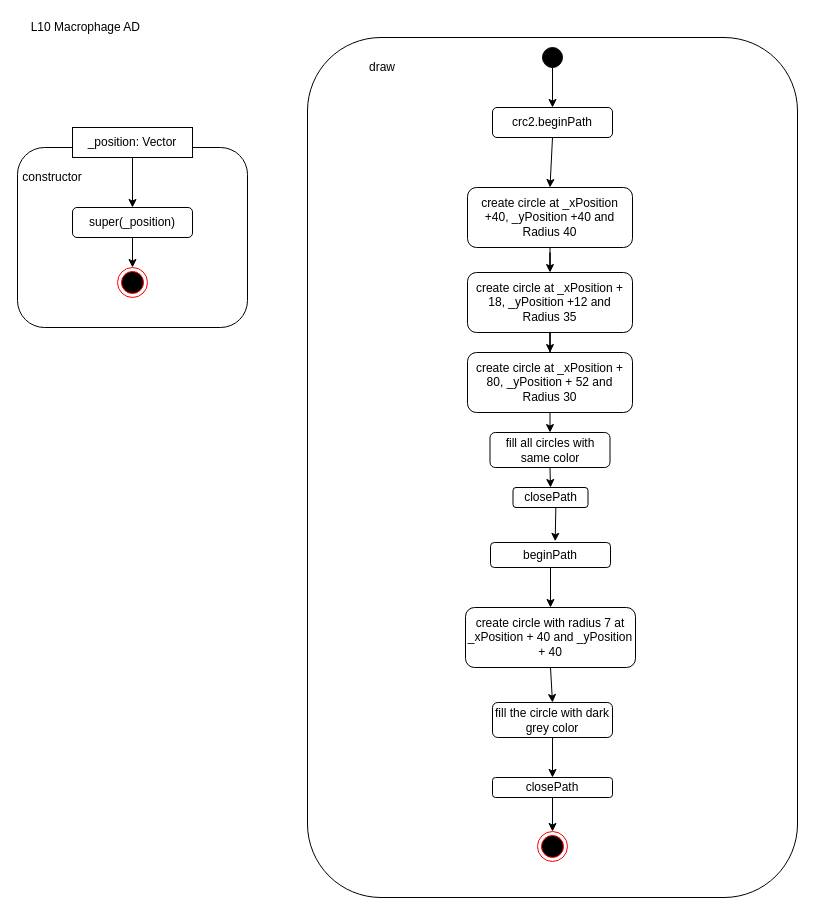
Earlier version of the draw.io diagram page "Macrophage_AD" (3 of 7) of L10_Inheritance/Konzeption/L10_AD_Classes.drawio (KohlerAl/EIA2). Source tidied: cells renumbered, new cells numbered last; positions are measured from the earlier drawing's top-left corner, leaving out a move shared by most shapes. Both pictures are drawn from the tidied source at 100%, with x=0, y=0 at pixel (17, 17).
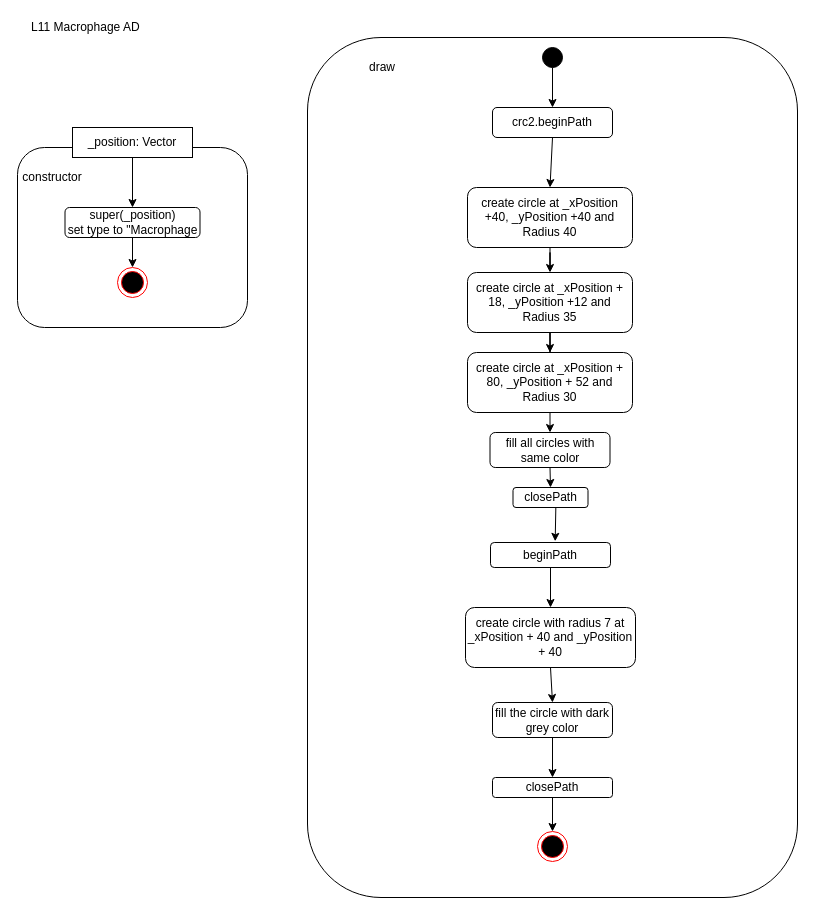
After the change.

Change to the diagram source:
```diff
@@
-    <mxCell id="2" value="L10 Macrophage AD&amp;nbsp;" style="text;html=1;strokeColor=none;fillColor=none;align=center;verticalAlign=middle;whiteSpace=wrap;rounded=0;" parent="1" vertex="1">
+    <mxCell id="2" value="L11 Macrophage AD&amp;nbsp;" style="text;html=1;strokeColor=none;fillColor=none;align=center;verticalAlign=middle;whiteSpace=wrap;rounded=0;" parent="1" vertex="1">
       <mxGeometry x="10" width="120" height="20" as="geometry" />
     </mxCell>
@@
-    <mxCell id="28" value="super(_position)" style="rounded=1;whiteSpace=wrap;html=1;" parent="1" vertex="1">
-      <mxGeometry x="55" y="190" width="120" height="30" as="geometry" />
+    <mxCell id="28" value="super(_position)&lt;br&gt;set type to &quot;Macrophage" style="rounded=1;whiteSpace=wrap;html=1;" parent="1" vertex="1">
+      <mxGeometry x="47.5" y="190" width="135" height="30" as="geometry" />
     </mxCell>
```
